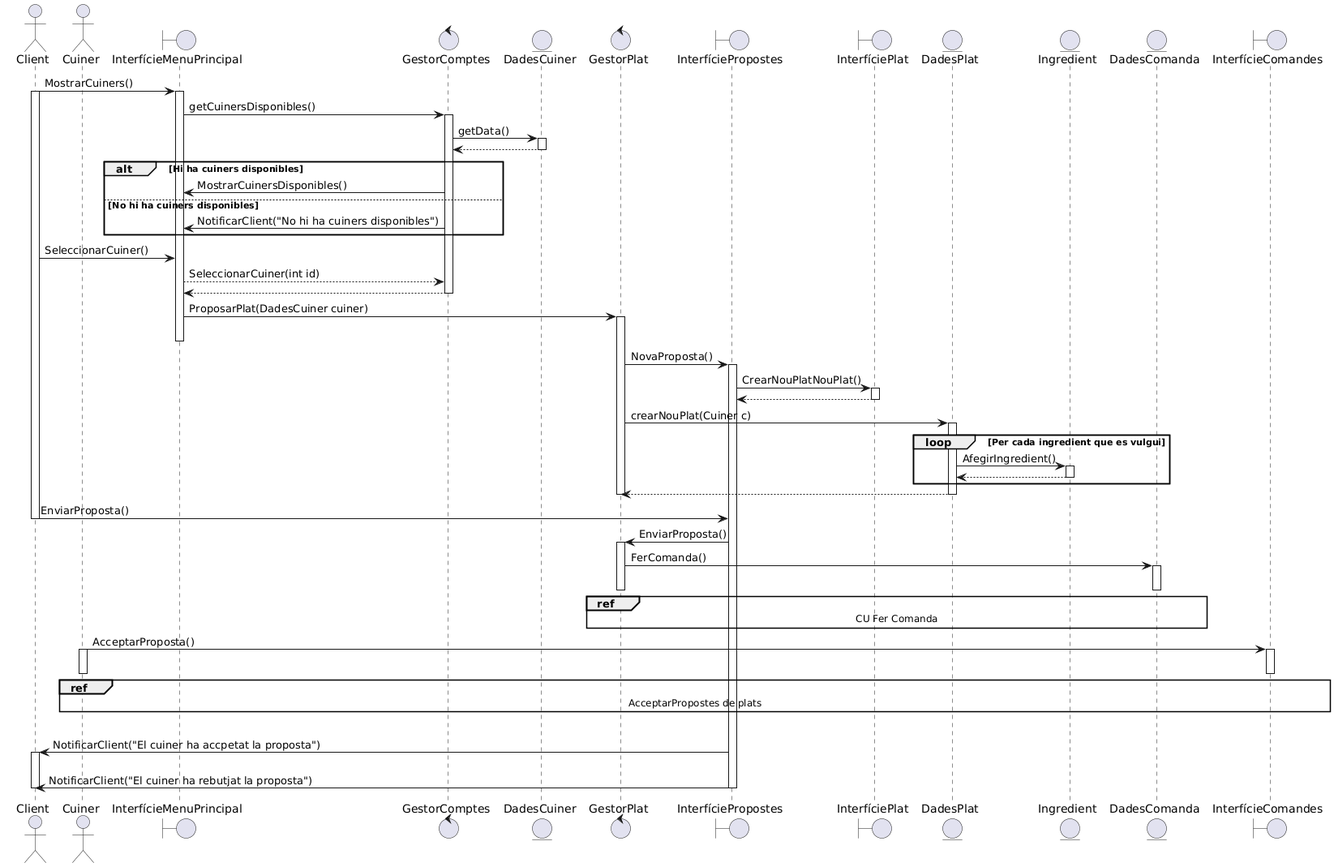
The PlantUML diagram documents/Diagrames i Especificacions/Seqüencia/seta/3 - Proposar Plats.png in martipages/ES23UAB431-02, before a commit.
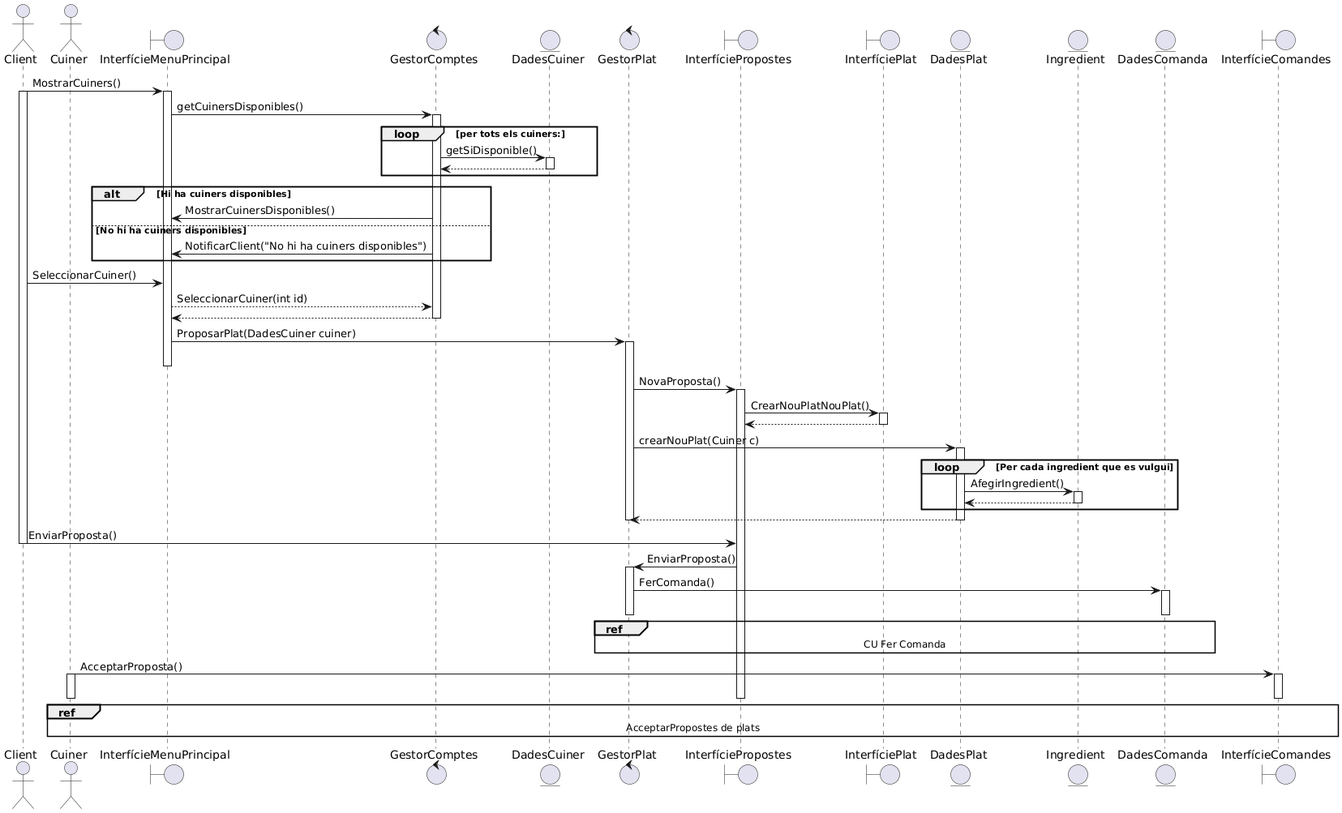
Above is the later version.

The edit, as a diff of the source:
```diff
@@ -17,8 +17,10 @@
 Client->InterfícieMenuPrincipal++:MostrarCuiners()
 Client++
 InterfícieMenuPrincipal -> GestorComptes++:getCuinersDisponibles()
-GestorComptes->DadesCuiner++:getData()
+loop per tots els cuiners:
+GestorComptes->DadesCuiner++:getSiDisponible()
 DadesCuiner-->GestorComptes--
+end loop
 alt Hi ha cuiners disponibles
 GestorComptes->InterfícieMenuPrincipal:MostrarCuinersDisponibles()
 
@@ -63,10 +65,6 @@
 
 InterfícieComandes--
 ref over Cuiner, InterfícieComandes: AcceptarPropostes de plats
-
-alt Si el cuiner ha acceptat la proposta
-InterfíciePropostes->Client++:NotificarClient("El cuiner ha accpetat la proposta")
-else Si no
-InterfíciePropostes->Client--:NotificarClient("El cuiner ha rebutjat la proposta")
+InterfíciePropostes--
 Client--
 @enduml
```
